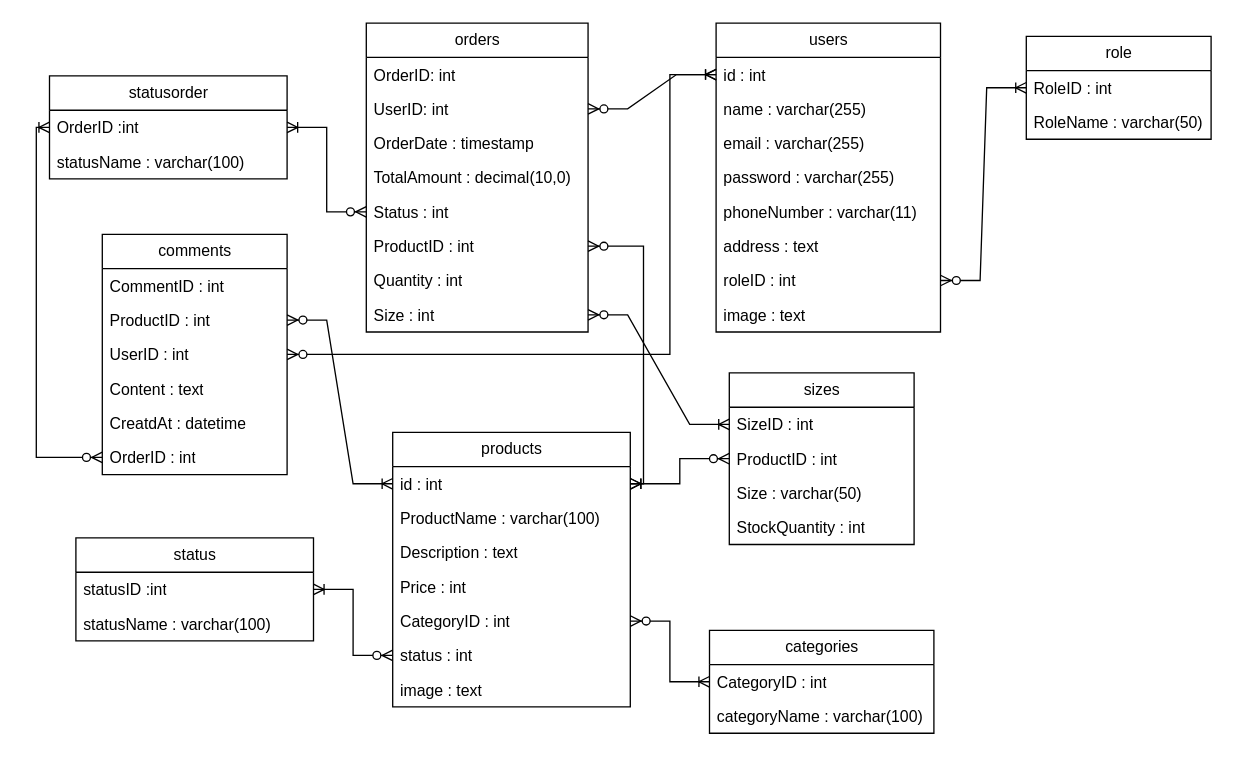
Above: ERDnhom1.drawio in ShiroNeee/du_an_1 (draw.io), before the change. Source tidied: cells renumbered, new cells numbered last; positions are measured from the earlier drawing's top-left corner, leaving out a move shared by most shapes. Both pictures are drawn from the tidied source at 132%, with x=0, y=0 at pixel (49, 22).
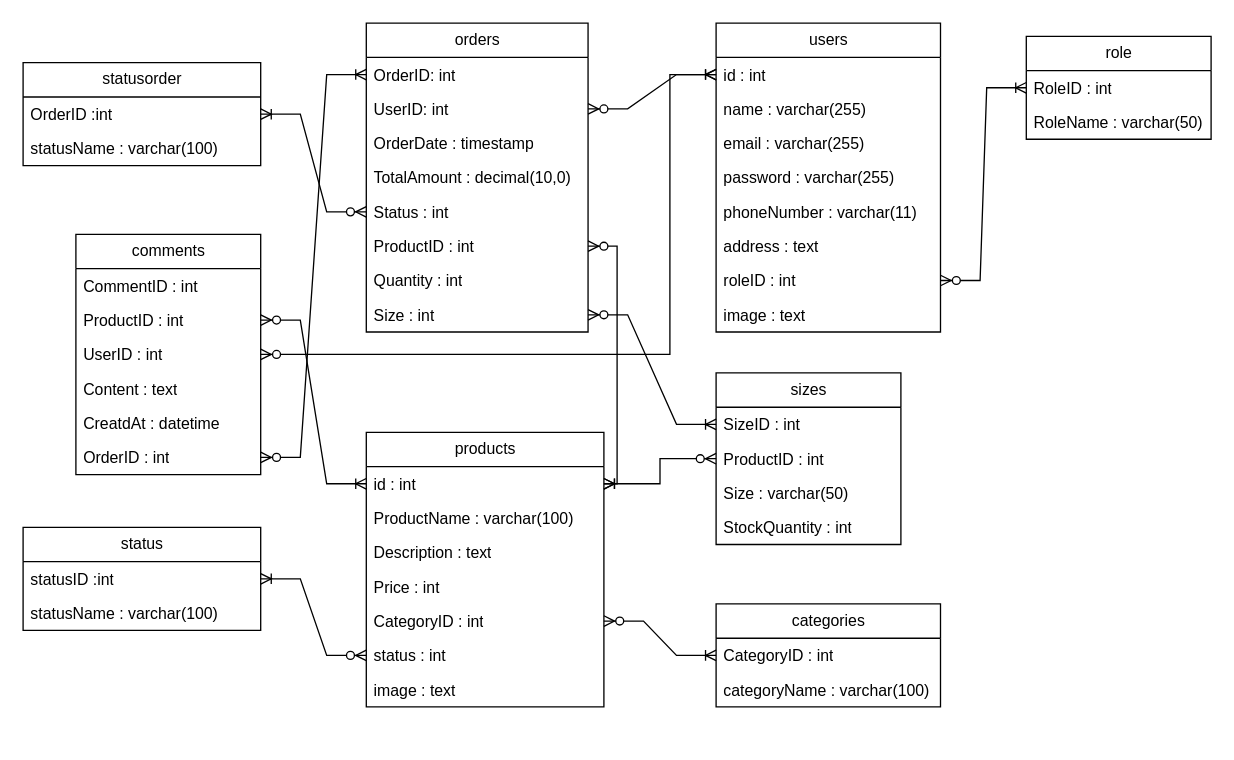
Above is the later version.

Commit message:
Cập nhật ERDnhom1.drawio

The change refers to these unchanged cells:
```xml
<mxCell id="11" value="OrderID: int" style="text;strokeColor=none;fillColor=none;align=left;verticalAlign=top;spacingLeft=4;spacingRight=4;overflow=hidden;points=[[0,0.5],[1,0.5]];portConstraint=eastwest;whiteSpace=wrap;html=1;" parent="10" vertex="1">
  <mxGeometry y="26" width="168" height="26" as="geometry" />
</mxCell>
<mxCell id="20" value="OrderID :int" style="text;strokeColor=none;fillColor=none;align=left;verticalAlign=top;spacingLeft=4;spacingRight=4;overflow=hidden;points=[[0,0.5],[1,0.5]];portConstraint=eastwest;whiteSpace=wrap;html=1;" parent="19" vertex="1">
  <mxGeometry y="26" width="180" height="26" as="geometry" />
</mxCell>
<mxCell id="51" value="OrderID : int" style="text;strokeColor=none;fillColor=none;align=left;verticalAlign=top;spacingLeft=4;spacingRight=4;overflow=hidden;points=[[0,0.5],[1,0.5]];portConstraint=eastwest;whiteSpace=wrap;html=1;" parent="45" vertex="1">
  <mxGeometry y="156" width="140" height="26" as="geometry" />
</mxCell>
```

Diff of the diagram source:
```diff
@@
     <mxCell id="2" value="products" style="swimlane;fontStyle=0;horizontal=1;startSize=26;fillColor=none;html=1;" parent="1" vertex="1">
-      <mxGeometry x="260" y="310" width="180" height="208" as="geometry" />
+      <mxGeometry x="240" y="310" width="180" height="208" as="geometry" />
     </mxCell>
@@
     <mxCell id="19" value="statusorder" style="swimlane;fontStyle=0;horizontal=1;startSize=26;fillColor=none;html=1;" parent="1" vertex="1">
-      <mxGeometry y="40" width="180" height="78" as="geometry" />
+      <mxGeometry x="-20" y="30" width="180" height="78" as="geometry" />
     </mxCell>
@@
     <mxCell id="22" value="status" style="swimlane;fontStyle=0;horizontal=1;startSize=26;fillColor=none;html=1;" parent="1" vertex="1">
-      <mxGeometry x="20" y="390" width="180" height="78" as="geometry" />
+      <mxGeometry x="-20" y="382" width="180" height="78" as="geometry" />
     </mxCell>
@@
     <mxCell id="34" value="sizes" style="swimlane;fontStyle=0;horizontal=1;startSize=26;fillColor=none;html=1;" parent="1" vertex="1">
-      <mxGeometry x="515" y="265" width="140" height="130" as="geometry" />
+      <mxGeometry x="505" y="265" width="140" height="130" as="geometry" />
     </mxCell>
@@
     <mxCell id="39" value="categories" style="swimlane;fontStyle=0;horizontal=1;startSize=26;fillColor=none;html=1;" parent="1" vertex="1">
-      <mxGeometry x="500" y="460" width="170" height="78" as="geometry" />
+      <mxGeometry x="505" y="440" width="170" height="78" as="geometry" />
     </mxCell>
@@
     <mxCell id="45" value="comments" style="swimlane;fontStyle=0;horizontal=1;startSize=26;fillColor=none;html=1;" parent="1" vertex="1">
-      <mxGeometry x="40" y="160" width="140" height="182" as="geometry" />
+      <mxGeometry x="20" y="160" width="140" height="182" as="geometry" />
     </mxCell>
@@
-    <mxCell id="52" style="edgeStyle=orthogonalEdgeStyle;fontSize=12;html=1;endArrow=ERoneToMany;startArrow=ERzeroToMany;rounded=0;entryX=0;entryY=0.5;entryDx=0;entryDy=0;exitX=0;exitY=0.5;exitDx=0;exitDy=0;" parent="1" edge="1" source="51" target="20">
-      <mxGeometry relative="1" as="geometry" />
-    </mxCell>
@@
+    <mxCell id="63" style="edgeStyle=entityRelationEdgeStyle;fontSize=12;html=1;endArrow=ERoneToMany;startArrow=ERzeroToMany;rounded=0;exitX=1;exitY=0.5;exitDx=0;exitDy=0;" parent="1" edge="1" source="51" target="11">
+      <mxGeometry relative="1" as="geometry" />
+    </mxCell>
```
